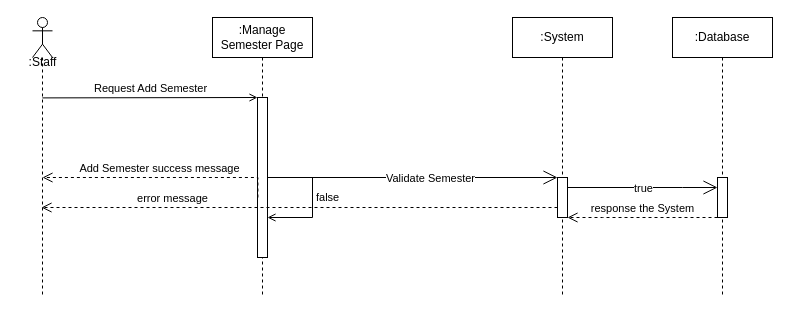
Before: page "Sequence Semester" (18 of 25) of Untitled Diagram.drawio in minhng-178/web-starter-projects, a draw.io diagram. Source tidied: cells renumbered, new cells numbered last; positions are measured from the earlier drawing's top-left corner, leaving out a move shared by most shapes. Both pictures are drawn from the tidied source at 100%, with x=0, y=0 at pixel (17, 17).
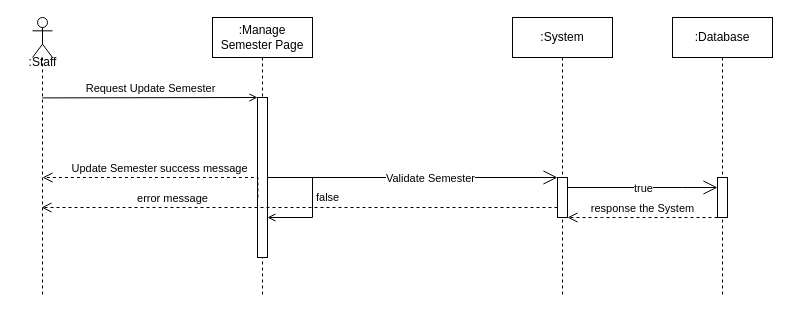
After the change.

Unchanged cells that the change refers to:
```xml
<mxCell id="6" style="html=1;points=[];perimeter=orthogonalPerimeter;outlineConnect=0;targetShapes=umlLifeline;portConstraint=eastwest;newEdgeStyle={&quot;edgeStyle&quot;:&quot;elbowEdgeStyle&quot;,&quot;elbow&quot;:&quot;vertical&quot;,&quot;curved&quot;:0,&quot;rounded&quot;:0};" parent="5" vertex="1">
  <mxGeometry x="45" y="80" width="10" height="160" as="geometry" />
</mxCell>
```

Diff of the diagram source:
```diff
@@
-    <mxCell id="4" value="Request Add Semester" style="html=1;verticalAlign=bottom;endArrow=open;edgeStyle=elbowEdgeStyle;elbow=vertical;curved=0;rounded=0;endFill=0;" parent="1" edge="1" target="6">
+    <mxCell id="4" value="Request Update Semester" style="html=1;verticalAlign=bottom;endArrow=open;edgeStyle=elbowEdgeStyle;elbow=vertical;curved=0;rounded=0;endFill=0;" parent="1" edge="1" target="6">
       <mxGeometry relative="1" as="geometry">
         <mxPoint x="24.9" y="80.4" as="sourcePoint" />
       </mxGeometry>
     </mxCell>
@@
-    <mxCell id="15" value="Add Semester success message" style="html=1;verticalAlign=bottom;endArrow=open;dashed=1;endSize=8;edgeStyle=elbowEdgeStyle;elbow=vertical;curved=0;rounded=0;" parent="1" edge="1">
+    <mxCell id="15" value="Update Semester success message" style="html=1;verticalAlign=bottom;endArrow=open;dashed=1;endSize=8;edgeStyle=elbowEdgeStyle;elbow=vertical;curved=0;rounded=0;" parent="1" edge="1">
       <mxGeometry relative="1" as="geometry">
         <mxPoint x="240.4" y="180" as="sourcePoint" />
         <mxPoint x="25" y="160" as="targetPoint" />
         <Array as="points">
           <mxPoint x="125" y="160" />
         </Array>
       </mxGeometry>
     </mxCell>
```
